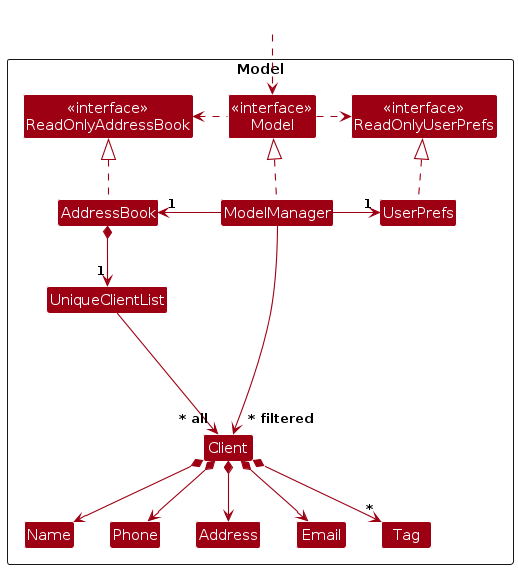
Earlier version of the PlantUML export diagrams/ModelClassDiagram.png (dingZvel/tp). Its source is kept beside it as diagrams/ModelClassDiagram.puml. Its diagram source:
```plantuml
@startuml
!include style.puml
skinparam arrowThickness 1.1
skinparam arrowColor MODEL_COLOR
skinparam classBackgroundColor MODEL_COLOR

Package Model as ModelPackage <<Rectangle>>{
Class "<<interface>>\nReadOnlyAddressBook" as ReadOnlyAddressBook
Class "<<interface>>\nReadOnlyUserPrefs" as ReadOnlyUserPrefs
Class "<<interface>>\nModel" as Model
Class AddressBook
Class ModelManager
Class UserPrefs

Class UniqueClientList
Class Client
Class Address
Class Email
Class Name
Class Phone
Class Tag

Class I #FFFFFF
}

Class HiddenOutside #FFFFFF
HiddenOutside ..> Model

AddressBook .up.|> ReadOnlyAddressBook

ModelManager .up.|> Model
Model .right.> ReadOnlyUserPrefs
Model .left.> ReadOnlyAddressBook
ModelManager -left-> "1" AddressBook
ModelManager -right-> "1" UserPrefs
UserPrefs .up.|> ReadOnlyUserPrefs

AddressBook *--> "1" UniqueClientList
UniqueClientList --> "~* all" Client
Client *--> Name
Client *--> Phone
Client *--> Email
Client *--> Address
Client *--> "*" Tag

Client -[hidden]up--> I
UniqueClientList -[hidden]right-> I

Name -[hidden]right-> Phone
Phone -[hidden]right-> Address
Address -[hidden]right-> Email

ModelManager --> "~* filtered" Client
@enduml
```
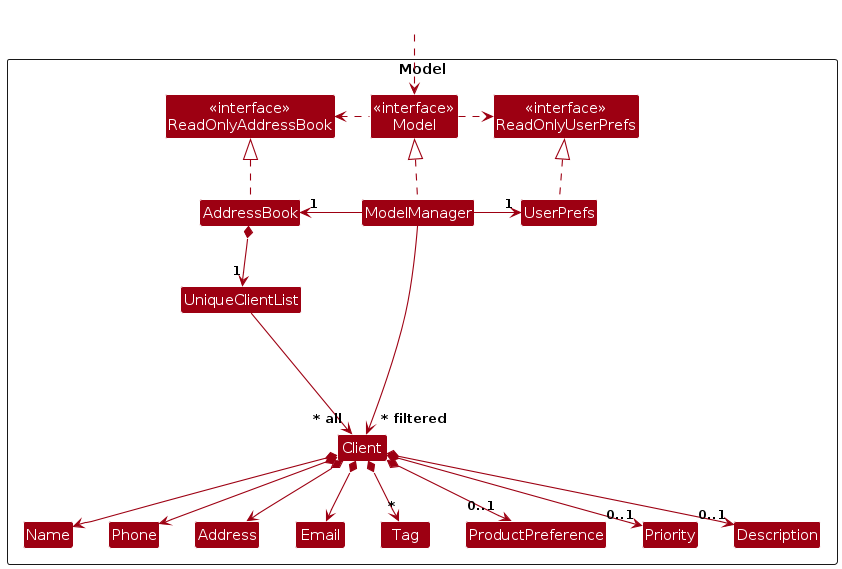
After the commit.

Change to the diagram source:
```diff
@@ -19,6 +19,9 @@
 Class Name
 Class Phone
 Class Tag
+Class ProductPreference
+Class Priority
+Class Description
 
 Class I #FFFFFF
 }
@@ -42,6 +45,9 @@
 Client *--> Email
 Client *--> Address
 Client *--> "*" Tag
+Client *--> "0..1" ProductPreference
+Client *--> "0..1" Priority
+Client *--> "0..1" Description
 
 Client -[hidden]up--> I
 UniqueClientList -[hidden]right-> I
```
